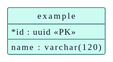
Above: docs/03-design/data-model/data-model.svg in didactika/kampus (PlantUML), before the change. Source of this version:
```plantuml
@startuml
!theme plain
skinparam backgroundColor #FFFFFF
skinparam defaultFontName Verdana
skinparam defaultFontSize 14
skinparam defaultFontColor #0F172A
skinparam shadowing false
skinparam packageStyle rectangle
skinparam ArrowFontSize 12
skinparam ClassAttributeIconSize 0
skinparam roundCorner 6
skinparam ArrowColor #475569
skinparam ArrowFontColor #0F172A
skinparam NoteBackgroundColor #ECFEFF
skinparam NoteBorderColor #115E59
skinparam NoteFontColor #0F172A
skinparam class {
  BackgroundColor #CCFBF1
  BorderColor #115E59
  FontColor #0F172A
}
skinparam entity {
  BackgroundColor #CCFBF1
  BorderColor #115E59
  FontColor #0F172A
}
skinparam participant {
  BackgroundColor #CCFBF1
  BorderColor #115E59
  FontColor #0F172A
}
skinparam actor {
  BackgroundColor #CCFBF1
  BorderColor #115E59
  FontColor #0F172A
}
skinparam database {
  BackgroundColor #CCFBF1
  BorderColor #115E59
  FontColor #0F172A
}
skinparam component {
  BackgroundColor #CCFBF1
  BorderColor #115E59
  FontColor #0F172A
}
skinparam node {
  BackgroundColor #CCFBF1
  BorderColor #115E59
  FontColor #0F172A
}
skinparam usecase {
  BackgroundColor #CCFBF1
  BorderColor #115E59
  FontColor #0F172A
}
skinparam interface {
  BackgroundColor #CCFBF1
  BorderColor #115E59
  FontColor #0F172A
}
skinparam state {
  BackgroundColor #CCFBF1
  BorderColor #115E59
  FontColor #0F172A
  StartColor #475569
  EndColor #475569
  ArrowColor #475569
}
skinparam package {
  BackgroundColor #F0FDFA
  BorderColor #115E59
  FontColor #0F172A
}
skinparam sequence {
  LifeLineBorderColor #475569
  LifeLineBackgroundColor #CCFBF1
  ArrowColor #475569
  GroupBorderColor #115E59
  GroupBackgroundColor #F0FDFA
}
skinparam package<<level1>> {
  BackgroundColor #DBEAFE
  BorderColor #115E59
  FontColor #0F172A
}
skinparam package<<level2>> {
  BackgroundColor #E0F2FE
  BorderColor #115E59
  FontColor #0F172A
}
skinparam package<<level3>> {
  BackgroundColor #F1F5F9
  BorderColor #115E59
  FontColor #0F172A
}
skinparam package<<level4>> {
  BackgroundColor #F8FAFC
  BorderColor #115E59
  FontColor #0F172A
}
hide <<level1>> stereotype
hide <<level2>> stereotype
hide <<level3>> stereotype
hide <<level4>> stereotype
hide circle
skinparam linetype polyline
top to bottom direction

entity example {
  * id : uuid <<PK>>
  --
  name : varchar(120)
}
@enduml
```
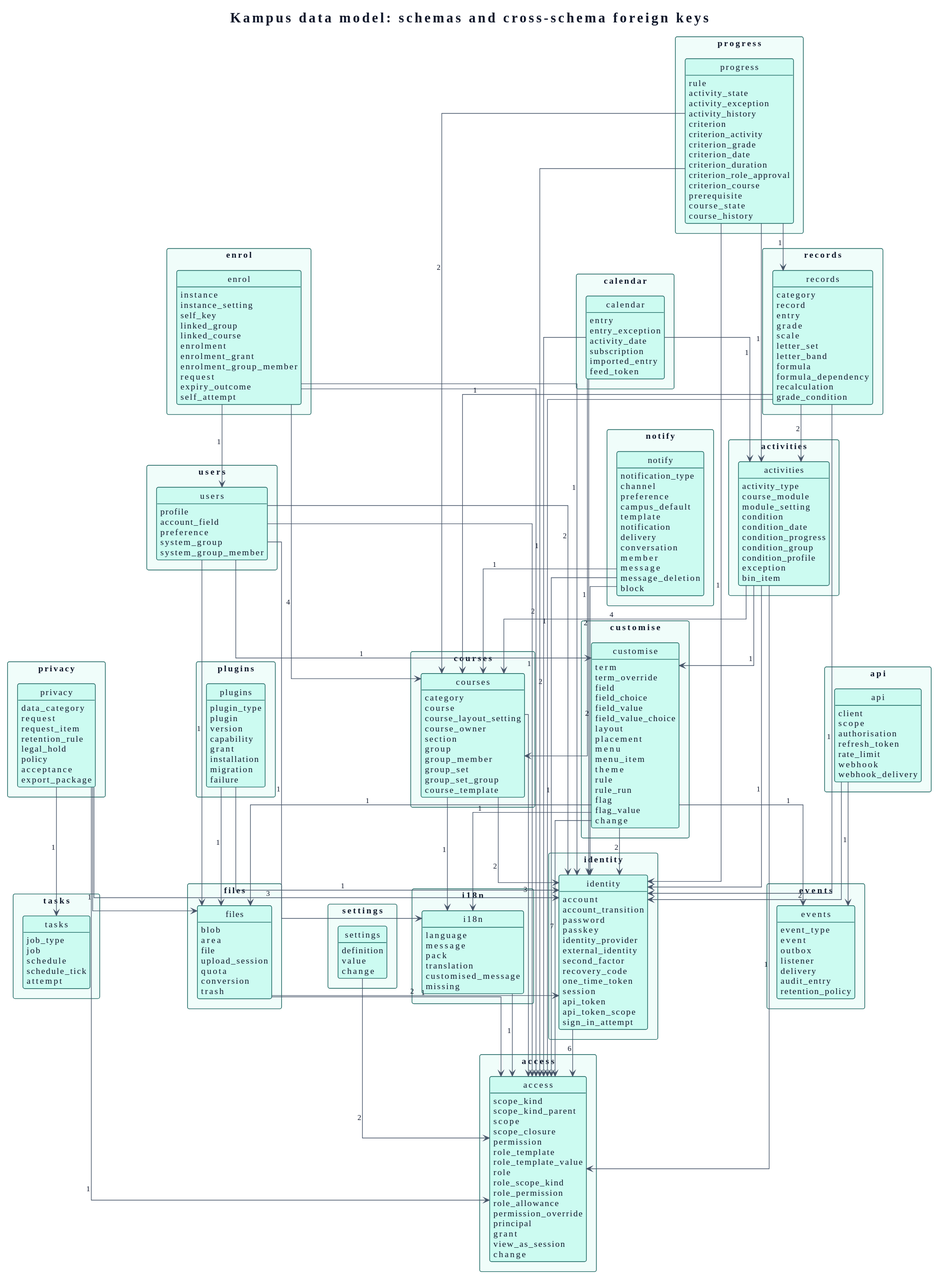
After the change.

Diff of the diagram source:
```diff
@@ -104,12 +104,311 @@
 hide <<level3>> stereotype
 hide <<level4>> stereotype
 hide circle
-skinparam linetype polyline
-top to bottom direction
+hide empty members
+skinparam linetype ortho
+skinparam packageStyle rectangle
+title Kampus data model: schemas and cross-schema foreign keys
 
-entity example {
-  * id : uuid <<PK>>
-  --
-  name : varchar(120)
+package "access" as access_pkg {
+  class "access" as access {
+    scope_kind
+    scope_kind_parent
+    scope
+    scope_closure
+    permission
+    role_template
+    role_template_value
+    role
+    role_scope_kind
+    role_permission
+    role_allowance
+    permission_override
+    principal
+    grant
+    view_as_session
+    change
+  }
 }
+package "activities" as activities_pkg {
+  class "activities" as activities {
+    activity_type
+    course_module
+    module_setting
+    condition
+    condition_date
+    condition_progress
+    condition_group
+    condition_profile
+    exception
+    bin_item
+  }
+}
+package "api" as api_pkg {
+  class "api" as api {
+    client
+    scope
+    authorisation
+    refresh_token
+    rate_limit
+    webhook
+    webhook_delivery
+  }
+}
+package "calendar" as calendar_pkg {
+  class "calendar" as calendar {
+    entry
+    entry_exception
+    activity_date
+    subscription
+    imported_entry
+    feed_token
+  }
+}
+package "courses" as courses_pkg {
+  class "courses" as courses {
+    category
+    course
+    course_layout_setting
+    course_owner
+    section
+    group
+    group_member
+    group_set
+    group_set_group
+    course_template
+  }
+}
+package "customise" as customise_pkg {
+  class "customise" as customise {
+    term
+    term_override
+    field
+    field_choice
+    field_value
+    field_value_choice
+    layout
+    placement
+    menu
+    menu_item
+    theme
+    rule
+    rule_run
+    flag
+    flag_value
+    change
+  }
+}
+package "enrol" as enrol_pkg {
+  class "enrol" as enrol {
+    instance
+    instance_setting
+    self_key
+    linked_group
+    linked_course
+    enrolment
+    enrolment_grant
+    enrolment_group_member
+    request
+    expiry_outcome
+    self_attempt
+  }
+}
+package "events" as events_pkg {
+  class "events" as events {
+    event_type
+    event
+    outbox
+    listener
+    delivery
+    audit_entry
+    retention_policy
+  }
+}
+package "files" as files_pkg {
+  class "files" as files {
+    blob
+    area
+    file
+    upload_session
+    quota
+    conversion
+    trash
+  }
+}
+package "i18n" as i18n_pkg {
+  class "i18n" as i18n {
+    language
+    message
+    pack
+    translation
+    customised_message
+    missing
+  }
+}
+package "identity" as identity_pkg {
+  class "identity" as identity {
+    account
+    account_transition
+    password
+    passkey
+    identity_provider
+    external_identity
+    second_factor
+    recovery_code
+    one_time_token
+    session
+    api_token
+    api_token_scope
+    sign_in_attempt
+  }
+}
+package "notify" as notify_pkg {
+  class "notify" as notify {
+    notification_type
+    channel
+    preference
+    campus_default
+    template
+    notification
+    delivery
+    conversation
+    member
+    message
+    message_deletion
+    block
+  }
+}
+package "plugins" as plugins_pkg {
+  class "plugins" as plugins {
+    plugin_type
+    plugin
+    version
+    capability
+    grant
+    installation
+    migration
+    failure
+  }
+}
+package "privacy" as privacy_pkg {
+  class "privacy" as privacy {
+    data_category
+    request
+    request_item
+    retention_rule
+    legal_hold
+    policy
+    acceptance
+    export_package
+  }
+}
+package "progress" as progress_pkg {
+  class "progress" as progress {
+    rule
+    activity_state
+    activity_exception
+    activity_history
+    criterion
+    criterion_activity
+    criterion_grade
+    criterion_date
+    criterion_duration
+    criterion_role_approval
+    criterion_course
+    prerequisite
+    course_state
+    course_history
+  }
+}
+package "records" as records_pkg {
+  class "records" as records {
+    category
+    record
+    entry
+    grade
+    scale
+    letter_set
+    letter_band
+    formula
+    formula_dependency
+    recalculation
+    grade_condition
+  }
+}
+package "settings" as settings_pkg {
+  class "settings" as settings {
+    definition
+    value
+    change
+  }
+}
+package "tasks" as tasks_pkg {
+  class "tasks" as tasks {
+    job_type
+    job
+    schedule
+    schedule_tick
+    attempt
+  }
+}
+package "users" as users_pkg {
+  class "users" as users {
+    profile
+    account_field
+    preference
+    system_group
+    system_group_member
+  }
+}
+
+activities --> access : 1
+activities --> courses : 4
+activities --> customise : 1
+activities --> identity : 1
+api --> events : 1
+api --> identity : 2
+calendar --> access : 2
+calendar --> activities : 1
+calendar --> courses : 1
+calendar --> identity : 2
+courses --> access : 3
+courses --> i18n : 1
+courses --> identity : 2
+customise --> access : 7
+customise --> events : 1
+customise --> files : 1
+customise --> i18n : 1
+customise --> identity : 2
+enrol --> access : 2
+enrol --> courses : 4
+enrol --> identity : 1
+enrol --> users : 1
+files --> access : 1
+files --> identity : 2
+i18n --> access : 1
+identity --> access : 6
+notify --> access : 1
+notify --> courses : 1
+notify --> identity : 2
+plugins --> files : 1
+plugins --> identity : 1
+privacy --> access : 1
+privacy --> files : 1
+privacy --> identity : 3
+privacy --> tasks : 1
+progress --> access : 1
+progress --> activities : 1
+progress --> courses : 2
+progress --> identity : 1
+progress --> records : 1
+records --> access : 1
+records --> activities : 2
+records --> courses : 1
+records --> identity : 1
+settings --> access : 2
+users --> access : 1
+users --> customise : 1
+users --> files : 1
+users --> i18n : 1
+users --> identity : 2
 @enduml
```
